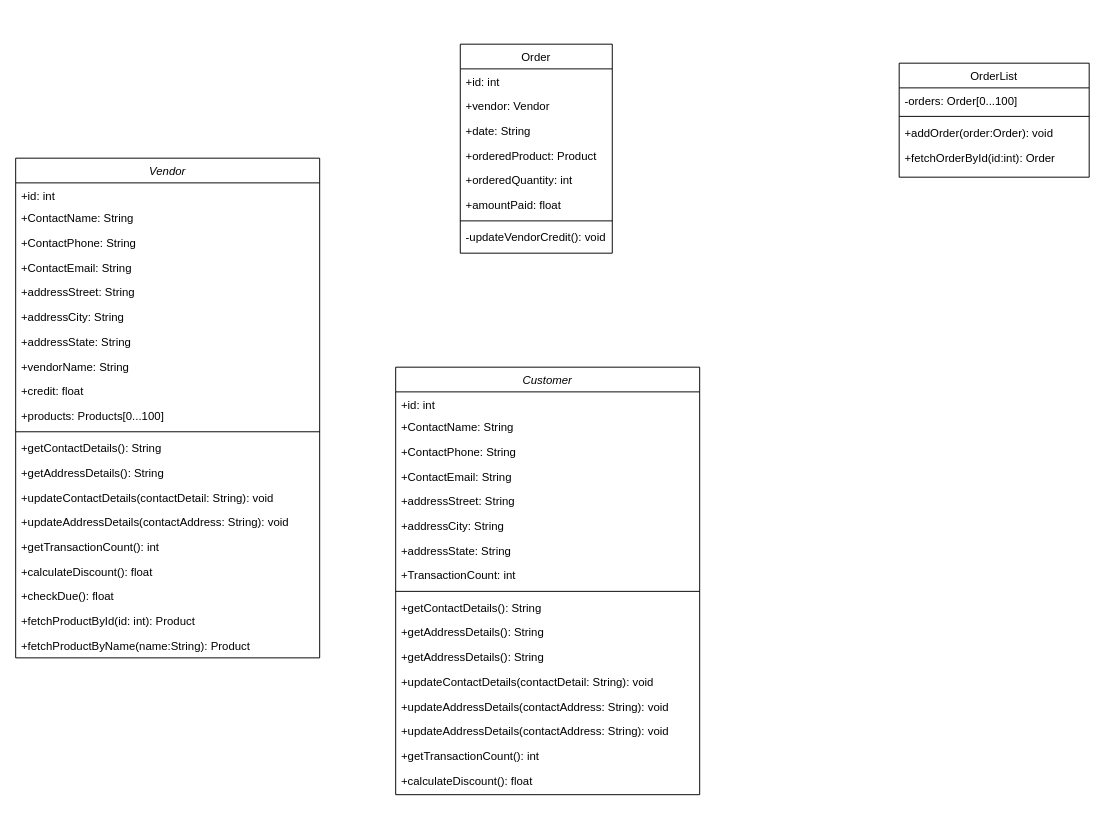
SanjayZeO/IMS keeps this draw.io diagram as Untitled Diagram.drawio. Above is the earlier version. Source tidied: cells renumbered, new cells numbered last; positions are measured from the earlier drawing's top-left corner, leaving out a move shared by most shapes. Both pictures are drawn from the tidied source at 95%, with x=0, y=0 at pixel (15, 44).
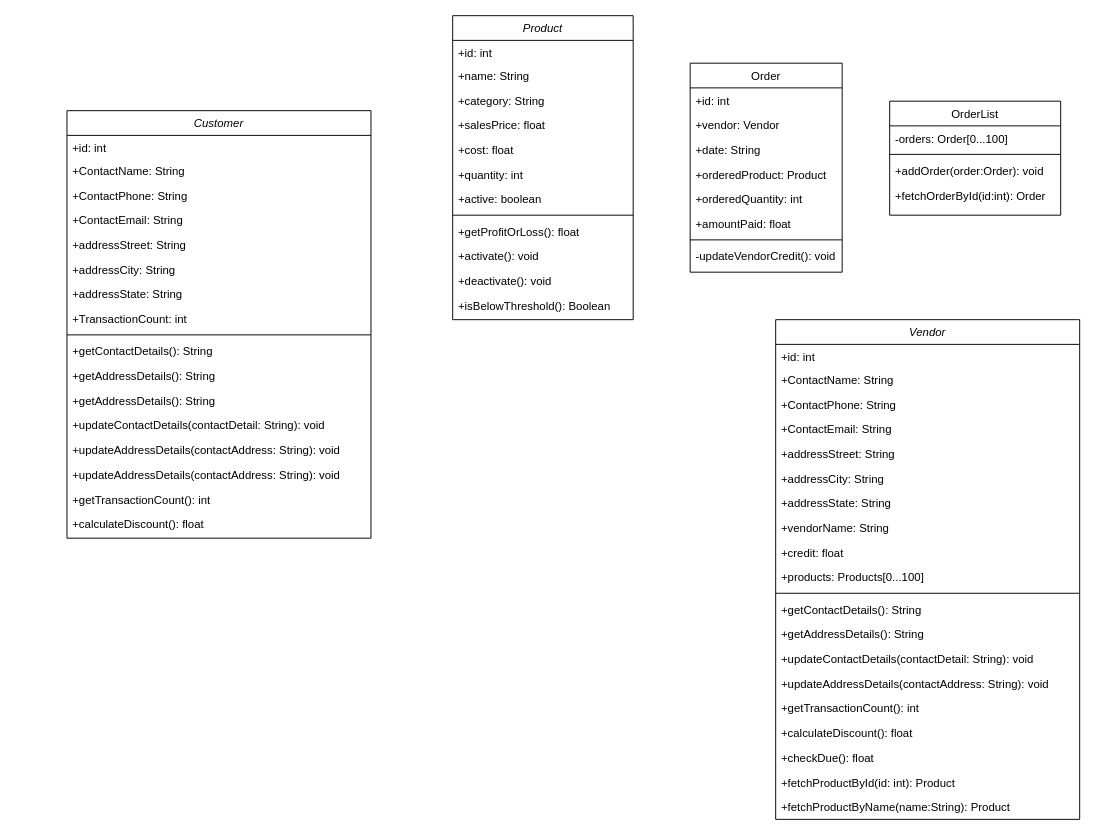
The same page after the edit.

Diff of the diagram source:
```diff
@@
     <mxCell id="2" value="Customer" style="swimlane;fontStyle=2;align=center;verticalAlign=top;horizontal=1;startSize=26;rounded=0;shadow=0;strokeWidth=1;" parent="1" vertex="1">
-      <mxGeometry x="400" y="340" width="320" height="450" as="geometry" />
+      <mxGeometry x="54" y="70" width="320" height="450" as="geometry" />
     </mxCell>
@@
     <mxCell id="20" value="Order" style="swimlane;fontStyle=0;align=center;verticalAlign=top;horizontal=1;startSize=26;rounded=0;shadow=0;strokeWidth=1;" parent="1" vertex="1">
-      <mxGeometry x="468" width="160" height="220" as="geometry" />
+      <mxGeometry x="710" y="20" width="160" height="220" as="geometry" />
     </mxCell>
@@
     <mxCell id="29" value="Vendor" style="swimlane;fontStyle=2;align=center;verticalAlign=top;horizontal=1;startSize=26;rounded=0;shadow=0;strokeWidth=1;" parent="1" vertex="1">
-      <mxGeometry y="120" width="320" height="526" as="geometry" />
+      <mxGeometry x="800" y="290" width="320" height="526" as="geometry" />
     </mxCell>
@@
     <mxCell id="50" value="OrderList" style="swimlane;fontStyle=0;align=center;verticalAlign=top;horizontal=1;startSize=26;rounded=0;shadow=0;strokeWidth=1;" parent="1" vertex="1">
-      <mxGeometry x="930" y="20" width="200" height="120" as="geometry" />
+      <mxGeometry x="920" y="60" width="180" height="120" as="geometry" />
     </mxCell>
     <mxCell id="51" value="-orders: Order[0...100]" style="text;align=left;verticalAlign=top;spacingLeft=4;spacingRight=4;overflow=hidden;" parent="50" vertex="1">
-      <mxGeometry y="26" width="200" height="26" as="geometry" />
+      <mxGeometry y="26" width="180" height="26" as="geometry" />
     </mxCell>
     <mxCell id="52" style="line;html=1;strokeWidth=1;align=left;verticalAlign=middle;spacingTop=-1;spacingLeft=3;spacingRight=3;labelPosition=right;" parent="50" vertex="1">
-      <mxGeometry y="52" width="200" height="8" as="geometry" />
+      <mxGeometry y="52" width="180" height="8" as="geometry" />
     </mxCell>
     <mxCell id="53" value="+addOrder(order:Order): void" style="text;align=left;verticalAlign=top;spacingLeft=4;spacingRight=4;overflow=hidden;" parent="50" vertex="1">
-      <mxGeometry y="60" width="200" height="26" as="geometry" />
+      <mxGeometry y="60" width="180" height="26" as="geometry" />
     </mxCell>
     <mxCell id="54" value="+fetchOrderById(id:int): Order" style="text;align=left;verticalAlign=top;spacingLeft=4;spacingRight=4;overflow=hidden;" parent="50" vertex="1">
-      <mxGeometry y="86" width="200" height="26" as="geometry" />
+      <mxGeometry y="86" width="180" height="26" as="geometry" />
     </mxCell>
+    <mxCell id="55" value="Product" style="swimlane;fontStyle=2;align=center;verticalAlign=top;horizontal=1;startSize=26;rounded=0;shadow=0;strokeWidth=1;" parent="1" vertex="1">
+      <mxGeometry x="460" y="-30" width="190" height="320" as="geometry" />
+    </mxCell>
+    <mxCell id="56" value="+id: int" style="text;align=left;verticalAlign=top;spacingLeft=4;spacingRight=4;overflow=hidden;" parent="55" vertex="1">
+      <mxGeometry y="26" width="190" height="24" as="geometry" />
+    </mxCell>
+    <mxCell id="57" value="+name: String" style="text;align=left;verticalAlign=top;spacingLeft=4;spacingRight=4;overflow=hidden;rounded=0;shadow=0;html=0;" parent="55" vertex="1">
+      <mxGeometry y="50" width="190" height="26" as="geometry" />
+    </mxCell>
+    <mxCell id="58" value="+category: String" style="text;align=left;verticalAlign=top;spacingLeft=4;spacingRight=4;overflow=hidden;rounded=0;shadow=0;html=0;" parent="55" vertex="1">
+      <mxGeometry y="76" width="190" height="26" as="geometry" />
+    </mxCell>
+    <mxCell id="59" value="+salesPrice: float" style="text;align=left;verticalAlign=top;spacingLeft=4;spacingRight=4;overflow=hidden;" parent="55" vertex="1">
+      <mxGeometry y="102" width="190" height="26" as="geometry" />
+    </mxCell>
+    <mxCell id="60" value="+cost: float" style="text;align=left;verticalAlign=top;spacingLeft=4;spacingRight=4;overflow=hidden;" parent="55" vertex="1">
+      <mxGeometry y="128" width="190" height="26" as="geometry" />
+    </mxCell>
+    <mxCell id="61" value="+quantity: int" style="text;align=left;verticalAlign=top;spacingLeft=4;spacingRight=4;overflow=hidden;" parent="55" vertex="1">
+      <mxGeometry y="154" width="190" height="26" as="geometry" />
+    </mxCell>
+    <mxCell id="62" value="+active: boolean" style="text;align=left;verticalAlign=top;spacingLeft=4;spacingRight=4;overflow=hidden;" parent="55" vertex="1">
+      <mxGeometry y="180" width="190" height="26" as="geometry" />
+    </mxCell>
+    <mxCell id="63" style="line;html=1;strokeWidth=1;align=left;verticalAlign=middle;spacingTop=-1;spacingLeft=3;spacingRight=3;labelPosition=right;" parent="55" vertex="1">
+      <mxGeometry y="206" width="190" height="8" as="geometry" />
+    </mxCell>
+    <mxCell id="64" value="+getProfitOrLoss(): float" style="text;align=left;verticalAlign=top;spacingLeft=4;spacingRight=4;overflow=hidden;" parent="55" vertex="1">
+      <mxGeometry y="214" width="190" height="26" as="geometry" />
+    </mxCell>
+    <mxCell id="65" value="+activate(): void" style="text;align=left;verticalAlign=top;spacingLeft=4;spacingRight=4;overflow=hidden;" parent="55" vertex="1">
+      <mxGeometry y="240" width="190" height="26" as="geometry" />
+    </mxCell>
+    <mxCell id="66" value="+deactivate(): void" style="text;align=left;verticalAlign=top;spacingLeft=4;spacingRight=4;overflow=hidden;" parent="55" vertex="1">
+      <mxGeometry y="266" width="190" height="26" as="geometry" />
+    </mxCell>
+    <mxCell id="67" value="+isBelowThreshold(): Boolean" style="text;align=left;verticalAlign=top;spacingLeft=4;spacingRight=4;overflow=hidden;" parent="55" vertex="1">
+      <mxGeometry y="292" width="190" height="26" as="geometry" />
+    </mxCell>
```
